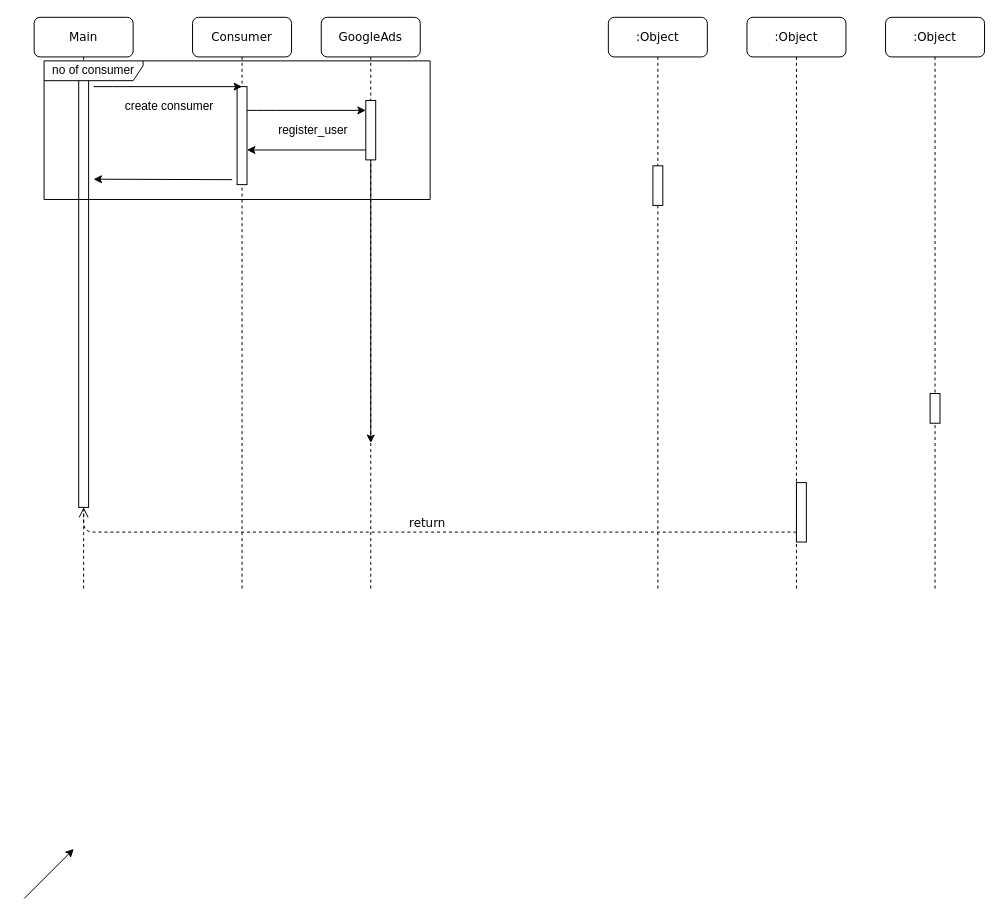
The draw.io diagram FlowCharts/Untitled Diagram.drawio in CentIIO/IS5006, before the edit. Source tidied: cells renumbered, new cells numbered last; positions are measured from the earlier drawing's top-left corner, leaving out a move shared by most shapes. Both pictures are drawn from the tidied source at 99%, with x=0, y=0 at pixel (24, 17).
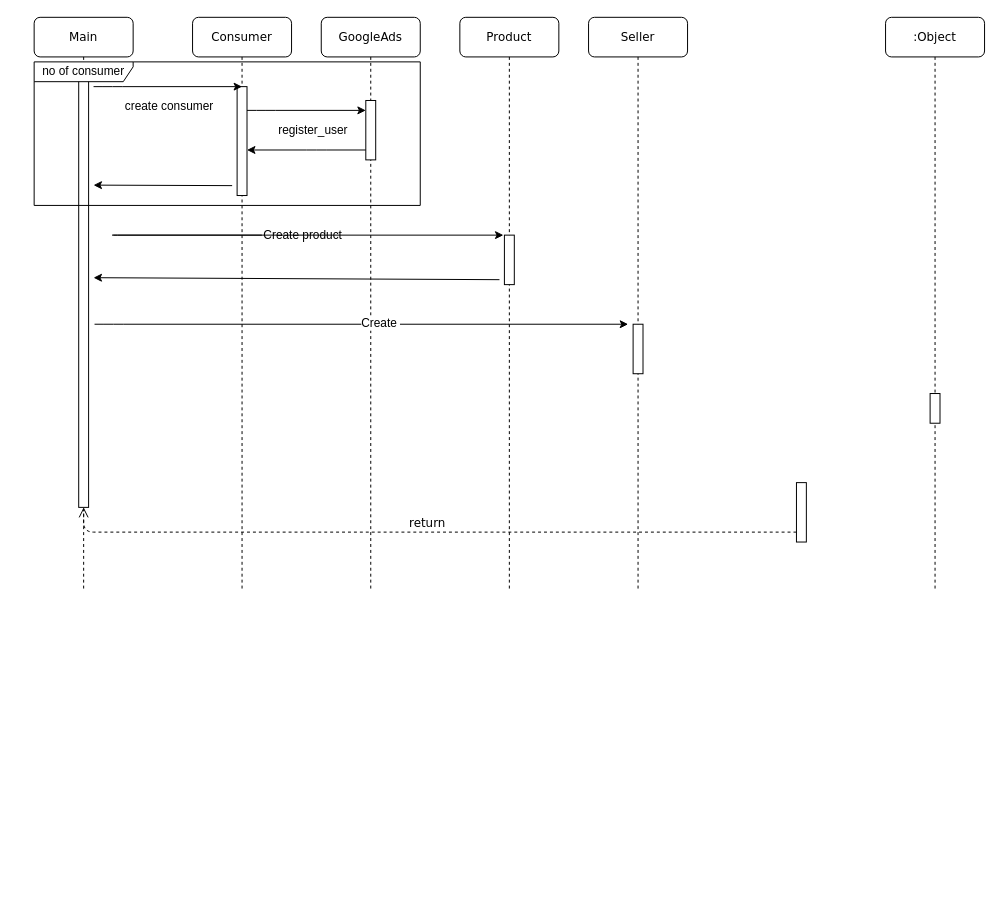
After the change.

Unchanged cells that the change refers to:
```xml
<mxCell id="2" value="Consumer" style="shape=umlLifeline;perimeter=lifelinePerimeter;whiteSpace=wrap;html=1;rounded=1;shadow=0;comic=0;labelBackgroundColor=none;strokeColor=#000000;strokeWidth=1;fillColor=#FFFFFF;fontFamily=Verdana;fontSize=12;fontColor=#000000;align=center;" parent="1" vertex="1">
  <mxGeometry x="170" width="100" height="580" as="geometry" />
</mxCell>
<mxCell id="4" value="GoogleAds" style="shape=umlLifeline;perimeter=lifelinePerimeter;whiteSpace=wrap;html=1;rounded=1;shadow=0;comic=0;labelBackgroundColor=none;strokeColor=#000000;strokeWidth=1;fillColor=#FFFFFF;fontFamily=Verdana;fontSize=12;fontColor=#000000;align=center;" parent="1" vertex="1">
  <mxGeometry x="300" width="100" height="580" as="geometry" />
</mxCell>
<mxCell id="6" style="html=1;points=[];perimeter=orthogonalPerimeter;rounded=0;shadow=0;comic=0;labelBackgroundColor=none;strokeColor=#000000;strokeWidth=1;fillColor=#FFFFFF;fontFamily=Verdana;fontSize=12;fontColor=#000000;align=center;" parent="4" vertex="1">
  <mxGeometry x="45" y="84" width="10" height="60" as="geometry" />
</mxCell>
```

Diff of the diagram source:
```diff
@@
     <mxCell id="3" style="html=1;points=[];perimeter=orthogonalPerimeter;rounded=0;shadow=0;comic=0;labelBackgroundColor=none;strokeColor=#000000;strokeWidth=1;fillColor=#FFFFFF;fontFamily=Verdana;fontSize=12;fontColor=#000000;align=center;" parent="2" vertex="1">
-      <mxGeometry x="45" y="70" width="10" height="99" as="geometry" />
+      <mxGeometry x="45" y="70" width="10" height="110" as="geometry" />
     </mxCell>
@@
-    <mxCell id="5" style="edgeStyle=orthogonalEdgeStyle;rounded=0;jettySize=auto;html=1;" parent="4" edge="1" source="6">
-      <mxGeometry relative="1" as="geometry">
-        <mxPoint x="50" y="430" as="targetPoint" />
-      </mxGeometry>
-    </mxCell>
@@
-    <mxCell id="7" value=":Object" style="shape=umlLifeline;perimeter=lifelinePerimeter;whiteSpace=wrap;html=1;rounded=1;shadow=0;comic=0;labelBackgroundColor=none;strokeColor=#000000;strokeWidth=1;fillColor=#FFFFFF;fontFamily=Verdana;fontSize=12;fontColor=#000000;align=center;" parent="1" vertex="1">
-      <mxGeometry x="590" width="100" height="580" as="geometry" />
+    <mxCell id="7" value="Product" style="shape=umlLifeline;perimeter=lifelinePerimeter;whiteSpace=wrap;html=1;rounded=1;shadow=0;comic=0;labelBackgroundColor=none;strokeColor=#000000;strokeWidth=1;fillColor=#FFFFFF;fontFamily=Verdana;fontSize=12;fontColor=#000000;align=center;" parent="1" vertex="1">
+      <mxGeometry x="440" width="100" height="580" as="geometry" />
     </mxCell>
+    <mxCell id="12" style="html=1;points=[];perimeter=orthogonalPerimeter;rounded=0;shadow=0;comic=0;labelBackgroundColor=none;strokeColor=#000000;strokeWidth=1;fillColor=#FFFFFF;fontFamily=Verdana;fontSize=12;fontColor=#000000;align=center;" parent="7" vertex="1">
+      <mxGeometry x="45" y="220" width="10" height="50" as="geometry" />
+    </mxCell>
-    <mxCell id="8" value=":Object" style="shape=umlLifeline;perimeter=lifelinePerimeter;whiteSpace=wrap;html=1;rounded=1;shadow=0;comic=0;labelBackgroundColor=none;strokeColor=#000000;strokeWidth=1;fillColor=#FFFFFF;fontFamily=Verdana;fontSize=12;fontColor=#000000;align=center;" parent="1" vertex="1">
-      <mxGeometry x="730" width="100" height="580" as="geometry" />
+    <mxCell id="8" value="Seller" style="shape=umlLifeline;perimeter=lifelinePerimeter;whiteSpace=wrap;html=1;rounded=1;shadow=0;comic=0;labelBackgroundColor=none;strokeColor=#000000;strokeWidth=1;fillColor=#FFFFFF;fontFamily=Verdana;fontSize=12;fontColor=#000000;align=center;" parent="1" vertex="1">
+      <mxGeometry x="570" width="100" height="580" as="geometry" />
     </mxCell>
+    <mxCell id="24" style="html=1;perimeter=orthogonalPerimeter;rounded=0;shadow=0;comic=0;labelBackgroundColor=none;strokeColor=#000000;strokeWidth=1;fillColor=#FFFFFF;fontFamily=Verdana;fontSize=12;fontColor=#000000;align=center;" parent="8" vertex="1">
+      <mxGeometry x="45" y="310" width="10" height="50" as="geometry" />
+    </mxCell>
@@
-    <mxCell id="12" style="html=1;points=[];perimeter=orthogonalPerimeter;rounded=0;shadow=0;comic=0;labelBackgroundColor=none;strokeColor=#000000;strokeWidth=1;fillColor=#FFFFFF;fontFamily=Verdana;fontSize=12;fontColor=#000000;align=center;" parent="1" vertex="1">
-      <mxGeometry x="635" y="150" width="10" height="40" as="geometry" />
-    </mxCell>
@@
     <mxCell id="18" style="endArrow=classic;html=1;" parent="1" edge="1">
       <mxGeometry relative="1" as="geometry">
-        <mxPoint y="890" as="sourcePoint" />
-        <mxPoint x="50" y="840" as="targetPoint" />
+        <mxPoint x="480" y="265" as="sourcePoint" />
+        <mxPoint x="70" y="263" as="targetPoint" />
       </mxGeometry>
     </mxCell>
     <mxCell id="19" style="endArrow=classic;html=1;" parent="1" edge="1">
       <mxGeometry relative="1" as="geometry">
-        <mxPoint x="210" y="164" as="sourcePoint" />
-        <mxPoint x="70" y="163.5" as="targetPoint" />
+        <mxPoint x="210" y="170" as="sourcePoint" />
+        <mxPoint x="70" y="169.5" as="targetPoint" />
       </mxGeometry>
     </mxCell>
     <mxCell id="20" value="no of consumer" style="shape=umlFrame;whiteSpace=wrap;html=1;width=100;height=20;" parent="1" vertex="1">
-      <mxGeometry x="20" y="44" width="390" height="140" as="geometry" />
+      <mxGeometry x="10" y="45" width="390" height="145" as="geometry" />
     </mxCell>
@@
+    <mxCell id="25" style="endArrow=classic;html=1;entryX=-0.1;entryY=0;entryDx=0;entryDy=0;entryPerimeter=0;" parent="1" edge="1" source="28" target="12">
+      <mxGeometry relative="1" as="geometry">
+        <Array as="points">
+          <mxPoint x="84" y="220" />
+        </Array>
+      </mxGeometry>
+    </mxCell>
+    <mxCell id="26" style="endArrow=classic;html=1;" parent="1" edge="1">
+      <mxGeometry relative="1" as="geometry">
+        <mxPoint x="71" y="310" as="sourcePoint" />
+        <mxPoint x="610" y="310" as="targetPoint" />
+        <Array as="points">
+          <mxPoint x="90" y="310" />
+        </Array>
+      </mxGeometry>
+    </mxCell>
+    <mxCell id="27" value="Create&amp;nbsp;" style="text;html=1;align=center;verticalAlign=middle;labelBackgroundColor=#ffffff;" parent="26" vertex="1">
+      <mxGeometry x="0.07" y="2" relative="1" as="geometry" />
+    </mxCell>
+    <mxCell id="28" value="Create product" style="text;html=1;points=[];align=left;verticalAlign=top;spacingTop=-4;" parent="1" vertex="1">
+      <mxGeometry x="240" y="210" width="90" height="20" as="geometry" />
+    </mxCell>
```
